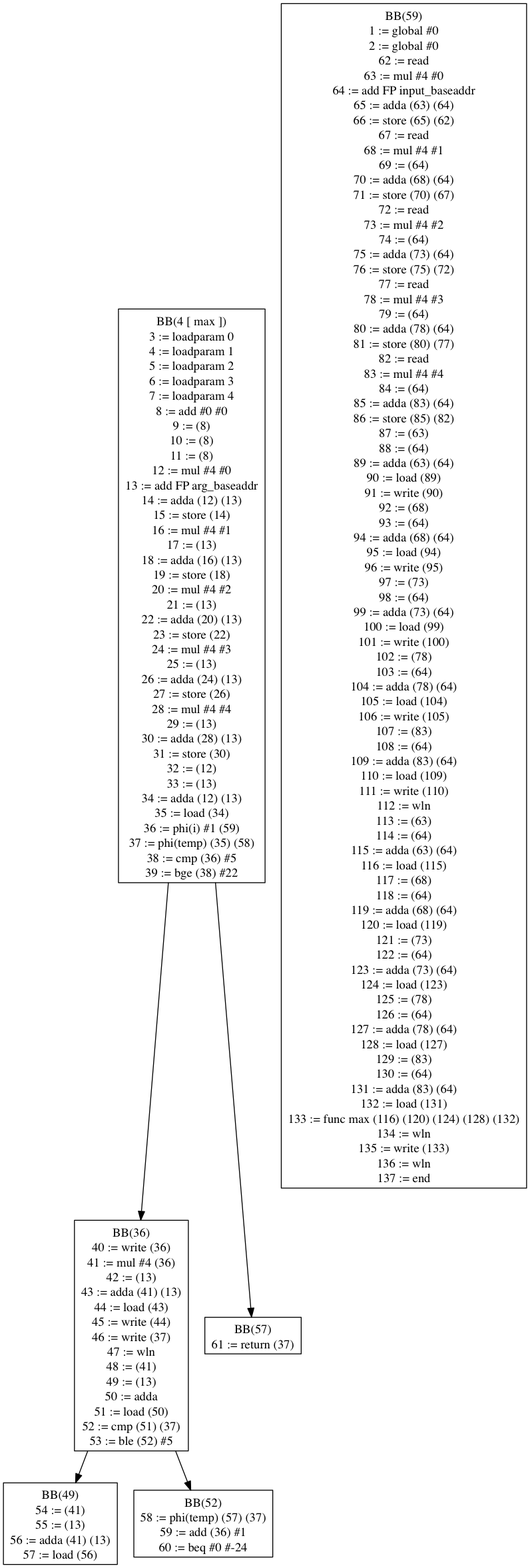
The Graphviz diagram project/caw001.txt.dom.png in chris-wood/PL241-Compiler, before a commit. Its source is kept beside it as project/caw001.txt.ig.dot.
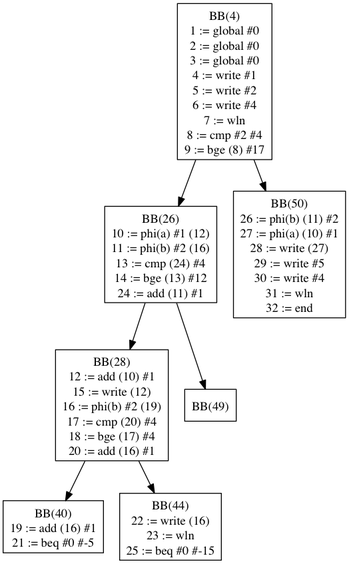
The same diagram one commit later.

The edit, as a diff of the source:
```diff
@@ -138,16 +138,16 @@
     N132R1;
     N135R1;
     N134R1;
+    N1R2 -- N131R1;
+    N1R2 -- N138R1;
     N1R2 -- N133R1;
+    N1R2 -- N137R1;
     N1R2 -- N136R1;
-    N1R2 -- N131R1;
-    N1R2 -- N137R1;
-    N1R2 -- N138R1;
+    N2R2 -- N131R1;
+    N2R2 -- N138R1;
     N2R2 -- N133R1;
+    N2R2 -- N137R1;
     N2R2 -- N136R1;
-    N2R2 -- N131R1;
-    N2R2 -- N137R1;
-    N2R2 -- N138R1;
     N3R7 -- N12R2;
     N3R7 -- N7R3;
     N3R7 -- N6R4;
@@ -402,8 +402,8 @@
     N12R2 -- N49R14;
     N13R8 -- N130R1;
     N13R8 -- N131R1;
+    N13R8 -- N133R1;
     N13R8 -- N132R1;
-    N13R8 -- N133R1;
     N13R8 -- N134R1;
     N13R8 -- N135R1;
     N13R8 -- N136R1;
@@ -437,217 +437,217 @@
     N13R8 -- N50R13;
     N13R8 -- N49R14;
     N13R8 -- N48R2;
+    N14R9 -- N130R1;
+    N14R9 -- N131R1;
     N14R9 -- N135R1;
-    N14R9 -- N130R1;
-    N14R9 -- N133R1;
-    N14R9 -- N136R1;
-    N14R9 -- N131R1;
-    N14R9 -- N132R1;
     N14R9 -- N134R1;
     N14R9 -- N137R1;
+    N14R9 -- N133R1;
+    N14R9 -- N132R1;
+    N14R9 -- N136R1;
     N14R9 -- N51R12;
     N14R9 -- N50R13;
     N14R9 -- N49R14;
+    N15R9 -- N130R1;
+    N15R9 -- N131R1;
     N15R9 -- N135R1;
-    N15R9 -- N130R1;
-    N15R9 -- N133R1;
-    N15R9 -- N136R1;
-    N15R9 -- N131R1;
-    N15R9 -- N132R1;
     N15R9 -- N134R1;
     N15R9 -- N137R1;
+    N15R9 -- N133R1;
+    N15R9 -- N132R1;
+    N15R9 -- N136R1;
     N15R9 -- N51R12;
     N15R9 -- N50R13;
     N15R9 -- N49R14;
+    N16R9 -- N130R1;
+    N16R9 -- N131R1;
     N16R9 -- N135R1;
-    N16R9 -- N130R1;
-    N16R9 -- N133R1;
-    N16R9 -- N136R1;
-    N16R9 -- N131R1;
-    N16R9 -- N132R1;
     N16R9 -- N134R1;
     N16R9 -- N137R1;
+    N16R9 -- N133R1;
+    N16R9 -- N132R1;
+    N16R9 -- N136R1;
     N16R9 -- N51R12;
     N16R9 -- N50R13;
     N16R9 -- N49R14;
+    N19R9 -- N130R1;
+    N19R9 -- N131R1;
     N19R9 -- N135R1;
-    N19R9 -- N130R1;
-    N19R9 -- N133R1;
-    N19R9 -- N136R1;
-    N19R9 -- N131R1;
-    N19R9 -- N132R1;
     N19R9 -- N134R1;
     N19R9 -- N137R1;
+    N19R9 -- N133R1;
+    N19R9 -- N132R1;
+    N19R9 -- N136R1;
     N19R9 -- N51R12;
     N19R9 -- N50R13;
     N19R9 -- N49R14;
+    N18R9 -- N130R1;
+    N18R9 -- N131R1;
     N18R9 -- N135R1;
-    N18R9 -- N130R1;
-    N18R9 -- N133R1;
-    N18R9 -- N136R1;
-    N18R9 -- N131R1;
-    N18R9 -- N132R1;
     N18R9 -- N134R1;
     N18R9 -- N137R1;
+    N18R9 -- N133R1;
+    N18R9 -- N132R1;
+    N18R9 -- N136R1;
     N18R9 -- N51R12;
     N18R9 -- N50R13;
     N18R9 -- N49R14;
+    N20R9 -- N130R1;
+    N20R9 -- N131R1;
     N20R9 -- N135R1;
-    N20R9 -- N130R1;
+    N20R9 -- N134R1;
     N20R9 -- N133R1;
+    N20R9 -- N132R1;
     N20R9 -- N136R1;
-    N20R9 -- N131R1;
-    N20R9 -- N132R1;
-    N20R9 -- N134R1;
     N20R9 -- N137R1;
     N20R9 -- N51R12;
     N20R9 -- N50R13;
     N20R9 -- N49R14;
+    N23R9 -- N130R1;
+    N23R9 -- N131R1;
     N23R9 -- N135R1;
-    N23R9 -- N130R1;
+    N23R9 -- N134R1;
     N23R9 -- N133R1;
+    N23R9 -- N132R1;
     N23R9 -- N136R1;
-    N23R9 -- N131R1;
-    N23R9 -- N132R1;
-    N23R9 -- N134R1;
     N23R9 -- N137R1;
     N23R9 -- N51R12;
     N23R9 -- N50R13;
     N23R9 -- N49R14;
+    N22R9 -- N130R1;
+    N22R9 -- N131R1;
     N22R9 -- N135R1;
-    N22R9 -- N130R1;
+    N22R9 -- N134R1;
     N22R9 -- N133R1;
+    N22R9 -- N132R1;
     N22R9 -- N136R1;
-    N22R9 -- N131R1;
-    N22R9 -- N132R1;
-    N22R9 -- N134R1;
     N22R9 -- N137R1;
     N22R9 -- N51R12;
     N22R9 -- N50R13;
     N22R9 -- N49R14;
+    N24R9 -- N130R1;
+    N24R9 -- N131R1;
     N24R9 -- N135R1;
-    N24R9 -- N130R1;
+    N24R9 -- N134R1;
     N24R9 -- N133R1;
-    N24R9 -- N131R1;
     N24R9 -- N132R1;
-    N24R9 -- N134R1;
+    N24R9 -- N137R1;
     N24R9 -- N136R1;
-    N24R9 -- N137R1;
     N24R9 -- N51R12;
     N24R9 -- N50R13;
     N24R9 -- N49R14;
+    N27R9 -- N130R1;
+    N27R9 -- N131R1;
     N27R9 -- N135R1;
-    N27R9 -- N130R1;
+    N27R9 -- N134R1;
     N27R9 -- N133R1;
-    N27R9 -- N131R1;
     N27R9 -- N132R1;
-    N27R9 -- N134R1;
+    N27R9 -- N137R1;
     N27R9 -- N136R1;
-    N27R9 -- N137R1;
     N27R9 -- N51R12;
     N27R9 -- N50R13;
     N27R9 -- N49R14;
+    N26R9 -- N130R1;
+    N26R9 -- N131R1;
     N26R9 -- N135R1;
-    N26R9 -- N130R1;
+    N26R9 -- N134R1;
     N26R9 -- N133R1;
-    N26R9 -- N131R1;
     N26R9 -- N132R1;
-    N26R9 -- N134R1;
+    N26R9 -- N137R1;
     N26R9 -- N136R1;
-    N26R9 -- N137R1;
     N26R9 -- N51R12;
     N26R9 -- N50R13;
     N26R9 -- N49R14;
+    N28R9 -- N130R1;
+    N28R9 -- N131R1;
     N28R9 -- N135R1;
-    N28R9 -- N130R1;
+    N28R9 -- N134R1;
     N28R9 -- N133R1;
-    N28R9 -- N131R1;
     N28R9 -- N132R1;
-    N28R9 -- N134R1;
+    N28R9 -- N137R1;
     N28R9 -- N136R1;
-    N28R9 -- N137R1;
     N28R9 -- N51R12;
     N28R9 -- N50R13;
     N28R9 -- N49R14;
+    N31R9 -- N130R1;
+    N31R9 -- N131R1;
     N31R9 -- N135R1;
+    N31R9 -- N133R1;
     N31R9 -- N132R1;
-    N31R9 -- N130R1;
-    N31R9 -- N133R1;
     N31R9 -- N134R1;
-    N31R9 -- N131R1;
+    N31R9 -- N137R1;
     N31R9 -- N136R1;
-    N31R9 -- N137R1;
     N31R9 -- N51R12;
     N31R9 -- N50R13;
     N31R9 -- N49R14;
+    N30R9 -- N130R1;
+    N30R9 -- N131R1;
     N30R9 -- N135R1;
-    N30R9 -- N130R1;
+    N30R9 -- N134R1;
     N30R9 -- N133R1;
-    N30R9 -- N131R1;
     N30R9 -- N132R1;
-    N30R9 -- N134R1;
+    N30R9 -- N137R1;
     N30R9 -- N136R1;
-    N30R9 -- N137R1;
     N30R9 -- N51R12;
     N30R9 -- N50R13;
     N30R9 -- N49R14;
+    N34R2 -- N130R1;
+    N34R2 -- N131R1;
     N34R2 -- N135R1;
+    N34R2 -- N133R1;
     N34R2 -- N132R1;
-    N34R2 -- N130R1;
-    N34R2 -- N133R1;
     N34R2 -- N134R1;
-    N34R2 -- N131R1;
+    N34R2 -- N137R1;
     N34R2 -- N136R1;
-    N34R2 -- N137R1;
     N34R2 -- N51R12;
     N34R2 -- N50R13;
     N34R2 -- N49R14;
+    N35R2 -- N130R1;
+    N35R2 -- N131R1;
     N35R2 -- N135R1;
+    N35R2 -- N133R1;
     N35R2 -- N132R1;
-    N35R2 -- N130R1;
-    N35R2 -- N133R1;
     N35R2 -- N134R1;
-    N35R2 -- N131R1;
+    N35R2 -- N137R1;
     N35R2 -- N136R1;
-    N35R2 -- N137R1;
     N35R2 -- N36R9;
     N35R2 -- N51R12;
     N35R2 -- N50R13;
     N35R2 -- N49R14;
+    N38R2 -- N130R1;
+    N38R2 -- N131R1;
     N38R2 -- N135R1;
+    N38R2 -- N133R1;
     N38R2 -- N132R1;
-    N38R2 -- N130R1;
-    N38R2 -- N133R1;
     N38R2 -- N134R1;
-    N38R2 -- N131R1;
+    N38R2 -- N137R1;
     N38R2 -- N136R1;
-    N38R2 -- N137R1;
     N38R2 -- N36R9;
     N38R2 -- N37R10;
     N38R2 -- N51R12;
     N38R2 -- N50R13;
     N38R2 -- N49R14;
+    N39R2 -- N130R1;
+    N39R2 -- N131R1;
+    N39R2 -- N133R1;
     N39R2 -- N132R1;
-    N39R2 -- N130R1;
-    N39R2 -- N133R1;
     N39R2 -- N134R1;
-    N39R2 -- N131R1;
     N39R2 -- N135R1;
+    N39R2 -- N137R1;
     N39R2 -- N136R1;
-    N39R2 -- N137R1;
     N39R2 -- N36R9;
     N39R2 -- N37R10;
     N39R2 -- N51R12;
     N39R2 -- N50R13;
     N39R2 -- N49R14;
+    N36R9 -- N130R1;
+    N36R9 -- N131R1;
     N36R9 -- N135R1;
+    N36R9 -- N133R1;
     N36R9 -- N132R1;
-    N36R9 -- N130R1;
-    N36R9 -- N133R1;
     N36R9 -- N134R1;
-    N36R9 -- N131R1;
+    N36R9 -- N137R1;
     N36R9 -- N136R1;
-    N36R9 -- N137R1;
     N36R9 -- N37R10;
     N36R9 -- N42R2;
     N36R9 -- N43R2;
@@ -659,14 +659,14 @@
     N36R9 -- N49R14;
     N36R9 -- N48R2;
     N36R9 -- N52R2;
+    N37R10 -- N130R1;
+    N37R10 -- N131R1;
     N37R10 -- N135R1;
+    N37R10 -- N133R1;
     N37R10 -- N132R1;
-    N37R10 -- N130R1;
-    N37R10 -- N133R1;
     N37R10 -- N134R1;
-    N37R10 -- N131R1;
+    N37R10 -- N137R1;
     N37R10 -- N136R1;
-    N37R10 -- N137R1;
     N37R10 -- N42R2;
     N37R10 -- N43R2;
     N37R10 -- N40R11;
@@ -678,74 +678,74 @@
     N37R10 -- N48R2;
     N37R10 -- N52R2;
     N37R10 -- N53R1;
+    N42R2 -- N130R1;
+    N42R2 -- N131R1;
+    N42R2 -- N133R1;
     N42R2 -- N132R1;
-    N42R2 -- N130R1;
-    N42R2 -- N133R1;
     N42R2 -- N134R1;
-    N42R2 -- N131R1;
     N42R2 -- N135R1;
+    N42R2 -- N137R1;
     N42R2 -- N136R1;
-    N42R2 -- N137R1;
     N42R2 -- N40R11;
     N42R2 -- N51R12;
     N42R2 -- N50R13;
     N42R2 -- N49R14;
+    N43R2 -- N130R1;
+    N43R2 -- N131R1;
+    N43R2 -- N133R1;
     N43R2 -- N132R1;
-    N43R2 -- N130R1;
-    N43R2 -- N133R1;
     N43R2 -- N134R1;
-    N43R2 -- N131R1;
     N43R2 -- N135R1;
+    N43R2 -- N137R1;
     N43R2 -- N136R1;
-    N43R2 -- N137R1;
     N43R2 -- N40R11;
     N43R2 -- N51R12;
     N43R2 -- N50R13;
     N43R2 -- N49R14;
-    N40R11 -- N132R1;
     N40R11 -- N130R1;
     N40R11 -- N131R1;
+    N40R11 -- N132R1;
     N40R11 -- N133R1;
     N40R11 -- N134R1;
     N40R11 -- N135R1;
+    N40R11 -- N137R1;
     N40R11 -- N136R1;
-    N40R11 -- N137R1;
     N40R11 -- N44R2;
     N40R11 -- N45R2;
     N40R11 -- N51R12;
     N40R11 -- N50R13;
     N40R11 -- N49R14;
     N40R11 -- N48R2;
+    N44R2 -- N130R1;
+    N44R2 -- N131R1;
+    N44R2 -- N133R1;
     N44R2 -- N132R1;
-    N44R2 -- N130R1;
-    N44R2 -- N133R1;
     N44R2 -- N134R1;
-    N44R2 -- N131R1;
     N44R2 -- N135R1;
+    N44R2 -- N137R1;
     N44R2 -- N136R1;
-    N44R2 -- N137R1;
     N44R2 -- N51R12;
     N44R2 -- N50R13;
     N44R2 -- N49R14;
+    N45R2 -- N130R1;
+    N45R2 -- N131R1;
+    N45R2 -- N133R1;
     N45R2 -- N132R1;
-    N45R2 -- N130R1;
-    N45R2 -- N133R1;
-    N45R2 -- N131R1;
     N45R2 -- N135R1;
-    N45R2 -- N136R1;
     N45R2 -- N134R1;
     N45R2 -- N137R1;
+    N45R2 -- N136R1;
     N45R2 -- N51R12;
     N45R2 -- N50R13;
     N45R2 -- N49R14;
     N51R12 -- N130R1;
+    N51R12 -- N131R1;
     N51R12 -- N135R1;
-    N51R12 -- N133R1;
-    N51R12 -- N136R1;
-    N51R12 -- N131R1;
-    N51R12 -- N132R1;
     N51R12 -- N134R1;
     N51R12 -- N137R1;
+    N51R12 -- N133R1;
+    N51R12 -- N132R1;
+    N51R12 -- N136R1;
     N51R12 -- N50R13;
     N51R12 -- N49R14;
     N51R12 -- N48R2;
@@ -753,36 +753,36 @@
     N50R13 -- N130R1;
     N50R13 -- N131R1;
     N50R13 -- N135R1;
-    N50R13 -- N133R1;
-    N50R13 -- N136R1;
-    N50R13 -- N132R1;
     N50R13 -- N134R1;
     N50R13 -- N137R1;
+    N50R13 -- N133R1;
+    N50R13 -- N132R1;
+    N50R13 -- N136R1;
     N50R13 -- N49R14;
     N50R13 -- N48R2;
     N50R13 -- N52R2;
     N49R14 -- N130R1;
     N49R14 -- N131R1;
     N49R14 -- N135R1;
-    N49R14 -- N133R1;
-    N49R14 -- N136R1;
-    N49R14 -- N132R1;
     N49R14 -- N134R1;
     N49R14 -- N137R1;
+    N49R14 -- N133R1;
+    N49R14 -- N132R1;
+    N49R14 -- N136R1;
     N49R14 -- N52R2;
     N48R2 -- N130R1;
     N48R2 -- N131R1;
     N48R2 -- N135R1;
-    N48R2 -- N133R1;
-    N48R2 -- N136R1;
-    N48R2 -- N132R1;
     N48R2 -- N134R1;
     N48R2 -- N137R1;
+    N48R2 -- N133R1;
+    N48R2 -- N132R1;
+    N48R2 -- N136R1;
     N55R4 -- N56R3;
+    N55R4 -- N131R1;
+    N55R4 -- N137R1;
     N55R4 -- N133R1;
     N55R4 -- N136R1;
-    N55R4 -- N131R1;
-    N55R4 -- N137R1;
     N55R4 -- N62R2;
     N55R4 -- N57R2;
     N55R4 -- N59R5;
@@ -821,38 +821,38 @@
     N55R4 -- N58R2;
     N54R5 -- N57R2;
     N54R5 -- N56R3;
+    N54R5 -- N131R1;
     N54R5 -- N133R1;
+    N54R5 -- N137R1;
     N54R5 -- N136R1;
-    N54R5 -- N131R1;
-    N54R5 -- N137R1;
     N54R5 -- N138R1;
+    N52R2 -- N130R1;
+    N52R2 -- N131R1;
     N52R2 -- N135R1;
-    N52R2 -- N130R1;
-    N52R2 -- N133R1;
-    N52R2 -- N136R1;
-    N52R2 -- N131R1;
-    N52R2 -- N132R1;
     N52R2 -- N134R1;
     N52R2 -- N137R1;
+    N52R2 -- N133R1;
+    N52R2 -- N132R1;
+    N52R2 -- N136R1;
     N59R5 -- N62R2;
     N59R5 -- N56R3;
+    N59R5 -- N131R1;
     N59R5 -- N133R1;
+    N59R5 -- N137R1;
     N59R5 -- N136R1;
-    N59R5 -- N131R1;
-    N59R5 -- N137R1;
     N59R5 -- N138R1;
     N59R5 -- N60R6;
+    N58R2 -- N131R1;
+    N58R2 -- N138R1;
     N58R2 -- N133R1;
+    N58R2 -- N137R1;
+    N58R2 -- N56R3;
     N58R2 -- N136R1;
-    N58R2 -- N131R1;
-    N58R2 -- N56R3;
-    N58R2 -- N137R1;
-    N58R2 -- N138R1;
+    N57R2 -- N131R1;
     N57R2 -- N133R1;
+    N57R2 -- N137R1;
+    N57R2 -- N56R3;
     N57R2 -- N136R1;
-    N57R2 -- N131R1;
-    N57R2 -- N56R3;
-    N57R2 -- N137R1;
     N57R2 -- N138R1;
     N56R3 -- N133R1;
     N56R3 -- N136R1;
@@ -898,22 +898,22 @@
     N56R3 -- N115R2;
     N56R3 -- N112R8;
     N56R3 -- N120R5;
+    N63R2 -- N131R1;
+    N63R2 -- N138R1;
     N63R2 -- N133R1;
+    N63R2 -- N137R1;
     N63R2 -- N136R1;
-    N63R2 -- N131R1;
-    N63R2 -- N137R1;
-    N63R2 -- N138R1;
     N63R2 -- N60R6;
+    N62R2 -- N131R1;
     N62R2 -- N133R1;
+    N62R2 -- N137R1;
     N62R2 -- N136R1;
-    N62R2 -- N131R1;
-    N62R2 -- N137R1;
     N62R2 -- N138R1;
     N62R2 -- N60R6;
+    N60R6 -- N137R1;
     N60R6 -- N133R1;
+    N60R6 -- N138R1;
     N60R6 -- N136R1;
-    N60R6 -- N137R1;
-    N60R6 -- N138R1;
     N60R6 -- N131R1;
     N60R6 -- N68R2;
     N60R6 -- N69R2;
@@ -945,25 +945,25 @@
     N60R6 -- N108R4;
     N60R6 -- N107R2;
     N60R6 -- N104R2;
+    N68R2 -- N131R1;
+    N68R2 -- N138R1;
     N68R2 -- N133R1;
+    N68R2 -- N137R1;
     N68R2 -- N136R1;
-    N68R2 -- N131R1;
-    N68R2 -- N137R1;
-    N68R2 -- N138R1;
     N68R2 -- N65R7;
+    N69R2 -- N131R1;
+    N69R2 -- N138R1;
     N69R2 -- N133R1;
+    N69R2 -- N137R1;
     N69R2 -- N136R1;
-    N69R2 -- N131R1;
-    N69R2 -- N137R1;
-    N69R2 -- N138R1;
     N69R2 -- N70R5;
     N69R2 -- N65R7;
     N69R2 -- N72R8;
     N70R5 -- N133R1;
     N70R5 -- N138R1;
-    N70R5 -- N136R1;
     N70R5 -- N131R1;
     N70R5 -- N137R1;
+    N70R5 -- N136R1;
     N70R5 -- N65R7;
     N70R5 -- N77R2;
     N70R5 -- N78R2;
@@ -993,16 +993,16 @@
     N70R5 -- N116R6;
     N70R5 -- N115R2;
     N70R5 -- N112R8;
+    N64R2 -- N131R1;
+    N64R2 -- N138R1;
     N64R2 -- N133R1;
+    N64R2 -- N137R1;
     N64R2 -- N136R1;
-    N64R2 -- N131R1;
-    N64R2 -- N137R1;
-    N64R2 -- N138R1;
     N64R2 -- N65R7;
     N64R2 -- N67R5;
     N65R7 -- N133R1;
+    N65R7 -- N138R1;
     N65R7 -- N136R1;
-    N65R7 -- N138R1;
     N65R7 -- N131R1;
     N65R7 -- N137R1;
     N65R7 -- N67R5;
@@ -1032,45 +1032,45 @@
     N65R7 -- N107R2;
     N65R7 -- N104R2;
     N65R7 -- N112R8;
+    N67R5 -- N131R1;
+    N67R5 -- N138R1;
     N67R5 -- N133R1;
+    N67R5 -- N137R1;
     N67R5 -- N136R1;
-    N67R5 -- N131R1;
-    N67R5 -- N137R1;
-    N67R5 -- N138R1;
+    N77R2 -- N131R1;
+    N77R2 -- N138R1;
     N77R2 -- N133R1;
+    N77R2 -- N137R1;
     N77R2 -- N136R1;
-    N77R2 -- N131R1;
-    N77R2 -- N137R1;
-    N77R2 -- N138R1;
     N77R2 -- N74R8;
     N77R2 -- N75R9;
-    N78R2 -- N133R1;
-    N78R2 -- N136R1;
     N78R2 -- N131R1;
     N78R2 -- N137R1;
+    N78R2 -- N133R1;
     N78R2 -- N138R1;
+    N78R2 -- N136R1;
     N78R2 -- N75R9;
+    N72R8 -- N131R1;
+    N72R8 -- N138R1;
     N72R8 -- N133R1;
+    N72R8 -- N137R1;
     N72R8 -- N136R1;
-    N72R8 -- N131R1;
-    N72R8 -- N137R1;
-    N72R8 -- N138R1;
+    N73R2 -- N131R1;
+    N73R2 -- N138R1;
     N73R2 -- N133R1;
+    N73R2 -- N137R1;
     N73R2 -- N136R1;
-    N73R2 -- N131R1;
-    N73R2 -- N137R1;
-    N73R2 -- N138R1;
+    N74R8 -- N131R1;
+    N74R8 -- N138R1;
     N74R8 -- N133R1;
+    N74R8 -- N137R1;
     N74R8 -- N136R1;
-    N74R8 -- N131R1;
-    N74R8 -- N137R1;
-    N74R8 -- N138R1;
     N74R8 -- N75R9;
     N75R9 -- N138R1;
+    N75R9 -- N131R1;
+    N75R9 -- N137R1;
     N75R9 -- N133R1;
     N75R9 -- N136R1;
-    N75R9 -- N131R1;
-    N75R9 -- N137R1;
     N75R9 -- N87R2;
     N75R9 -- N86R2;
     N75R9 -- N81R2;
@@ -1095,92 +1095,92 @@
     N75R9 -- N115R2;
     N75R9 -- N112R8;
     N75R9 -- N120R5;
-    N87R2 -- N133R1;
-    N87R2 -- N136R1;
     N87R2 -- N131R1;
     N87R2 -- N137R1;
+    N87R2 -- N133R1;
     N87R2 -- N138R1;
-    N86R2 -- N133R1;
-    N86R2 -- N136R1;
+    N87R2 -- N136R1;
     N86R2 -- N131R1;
     N86R2 -- N137R1;
+    N86R2 -- N133R1;
     N86R2 -- N138R1;
-    N81R2 -- N133R1;
-    N81R2 -- N136R1;
+    N86R2 -- N136R1;
     N81R2 -- N131R1;
     N81R2 -- N137R1;
+    N81R2 -- N133R1;
     N81R2 -- N138R1;
-    N83R2 -- N133R1;
-    N83R2 -- N136R1;
+    N81R2 -- N136R1;
     N83R2 -- N131R1;
     N83R2 -- N137R1;
+    N83R2 -- N133R1;
     N83R2 -- N138R1;
-    N82R2 -- N133R1;
-    N82R2 -- N136R1;
+    N83R2 -- N136R1;
     N82R2 -- N131R1;
     N82R2 -- N137R1;
+    N82R2 -- N133R1;
     N82R2 -- N138R1;
-    N93R2 -- N133R1;
-    N93R2 -- N136R1;
+    N82R2 -- N136R1;
     N93R2 -- N131R1;
     N93R2 -- N137R1;
+    N93R2 -- N133R1;
     N93R2 -- N138R1;
-    N92R2 -- N133R1;
-    N92R2 -- N136R1;
+    N93R2 -- N136R1;
     N92R2 -- N131R1;
     N92R2 -- N137R1;
+    N92R2 -- N133R1;
     N92R2 -- N138R1;
-    N88R2 -- N133R1;
-    N88R2 -- N136R1;
+    N92R2 -- N136R1;
     N88R2 -- N131R1;
     N88R2 -- N137R1;
+    N88R2 -- N133R1;
     N88R2 -- N138R1;
-    N91R2 -- N133R1;
-    N91R2 -- N136R1;
+    N88R2 -- N136R1;
     N91R2 -- N131R1;
     N91R2 -- N137R1;
+    N91R2 -- N133R1;
     N91R2 -- N138R1;
-    N102R2 -- N133R1;
-    N102R2 -- N136R1;
+    N91R2 -- N136R1;
     N102R2 -- N131R1;
     N102R2 -- N137R1;
+    N102R2 -- N133R1;
     N102R2 -- N138R1;
-    N103R2 -- N133R1;
-    N103R2 -- N136R1;
+    N102R2 -- N136R1;
     N103R2 -- N131R1;
     N103R2 -- N137R1;
+    N103R2 -- N133R1;
     N103R2 -- N138R1;
-    N101R2 -- N133R1;
-    N101R2 -- N136R1;
+    N103R2 -- N136R1;
     N101R2 -- N131R1;
     N101R2 -- N137R1;
+    N101R2 -- N133R1;
     N101R2 -- N138R1;
-    N98R2 -- N133R1;
-    N98R2 -- N136R1;
+    N101R2 -- N136R1;
     N98R2 -- N131R1;
     N98R2 -- N137R1;
+    N98R2 -- N133R1;
     N98R2 -- N138R1;
-    N96R2 -- N133R1;
-    N96R2 -- N136R1;
+    N98R2 -- N136R1;
     N96R2 -- N131R1;
     N96R2 -- N137R1;
+    N96R2 -- N133R1;
     N96R2 -- N138R1;
-    N97R2 -- N133R1;
-    N97R2 -- N136R1;
+    N96R2 -- N136R1;
     N97R2 -- N131R1;
     N97R2 -- N137R1;
+    N97R2 -- N133R1;
     N97R2 -- N138R1;
+    N97R2 -- N136R1;
+    N111R2 -- N137R1;
     N111R2 -- N133R1;
+    N111R2 -- N138R1;
     N111R2 -- N136R1;
-    N111R2 -- N137R1;
-    N111R2 -- N138R1;
     N111R2 -- N131R1;
     N111R2 -- N108R4;
-    N108R4 -- N133R1;
-    N108R4 -- N136R1;
     N108R4 -- N131R1;
     N108R4 -- N137R1;
+    N108R4 -- N133R1;
     N108R4 -- N138R1;
+    N108R4 -- N136R1;
     N108R4 -- N119R2;
     N108R4 -- N116R6;
     N108R4 -- N115R2;
@@ -1188,26 +1188,26 @@
     N108R4 -- N124R2;
     N108R4 -- N123R2;
     N108R4 -- N120R5;
-    N107R2 -- N133R1;
-    N107R2 -- N136R1;
     N107R2 -- N131R1;
     N107R2 -- N137R1;
+    N107R2 -- N133R1;
     N107R2 -- N138R1;
-    N104R2 -- N133R1;
-    N104R2 -- N136R1;
+    N107R2 -- N136R1;
     N104R2 -- N131R1;
     N104R2 -- N137R1;
+    N104R2 -- N133R1;
     N104R2 -- N138R1;
+    N104R2 -- N136R1;
     N119R2 -- N133R1;
     N119R2 -- N138R1;
-    N119R2 -- N136R1;
     N119R2 -- N131R1;
     N119R2 -- N137R1;
+    N119R2 -- N136R1;
     N119R2 -- N116R6;
     N119R2 -- N112R8;
     N116R6 -- N133R1;
+    N116R6 -- N138R1;
     N116R6 -- N136R1;
-    N116R6 -- N138R1;
     N116R6 -- N131R1;
     N116R6 -- N137R1;
     N116R6 -- N112R8;
@@ -1215,60 +1215,60 @@
     N116R6 -- N123R2;
     N116R6 -- N120R5;
     N115R2 -- N133R1;
+    N115R2 -- N138R1;
     N115R2 -- N136R1;
-    N115R2 -- N138R1;
     N115R2 -- N131R1;
     N115R2 -- N137R1;
     N115R2 -- N112R8;
+    N112R8 -- N137R1;
     N112R8 -- N133R1;
+    N112R8 -- N138R1;
     N112R8 -- N136R1;
-    N112R8 -- N137R1;
-    N112R8 -- N138R1;
     N112R8 -- N131R1;
     N112R8 -- N124R2;
     N112R8 -- N123R2;
     N112R8 -- N120R5;
+    N127R2 -- N131R1;
     N127R2 -- N133R1;
-    N127R2 -- N136R1;
-    N127R2 -- N131R1;
     N127R2 -- N137R1;
     N127R2 -- N138R1;
+    N127R2 -- N136R1;
     N126R3 -- N125R2;
+    N126R3 -- N131R1;
     N126R3 -- N133R1;
-    N126R3 -- N136R1;
-    N126R3 -- N131R1;
     N126R3 -- N137R1;
     N126R3 -- N138R1;
+    N126R3 -- N136R1;
+    N125R2 -- N131R1;
     N125R2 -- N133R1;
-    N125R2 -- N136R1;
-    N125R2 -- N131R1;
     N125R2 -- N137R1;
     N125R2 -- N138R1;
+    N125R2 -- N136R1;
+    N124R2 -- N131R1;
     N124R2 -- N133R1;
-    N124R2 -- N136R1;
-    N124R2 -- N131R1;
     N124R2 -- N137R1;
     N124R2 -- N138R1;
+    N124R2 -- N136R1;
     N124R2 -- N120R5;
+    N123R2 -- N131R1;
     N123R2 -- N133R1;
-    N123R2 -- N136R1;
-    N123R2 -- N131R1;
     N123R2 -- N137R1;
     N123R2 -- N138R1;
+    N123R2 -- N136R1;
     N123R2 -- N120R5;
     N120R5 -- N133R1;
     N120R5 -- N138R1;
-    N120R5 -- N136R1;
     N120R5 -- N131R1;
     N120R5 -- N137R1;
+    N120R5 -- N136R1;
     N137R1 -- N128R2;
     N137R1 -- N129R2;
     N136R1 -- N128R2;
     N136R1 -- N129R2;
     N138R1 -- N128R2;
     N138R1 -- N129R2;
+    N129R2 -- N131R1;
     N129R2 -- N133R1;
-    N129R2 -- N131R1;
+    N128R2 -- N131R1;
     N128R2 -- N133R1;
-    N128R2 -- N131R1;
 }
```
